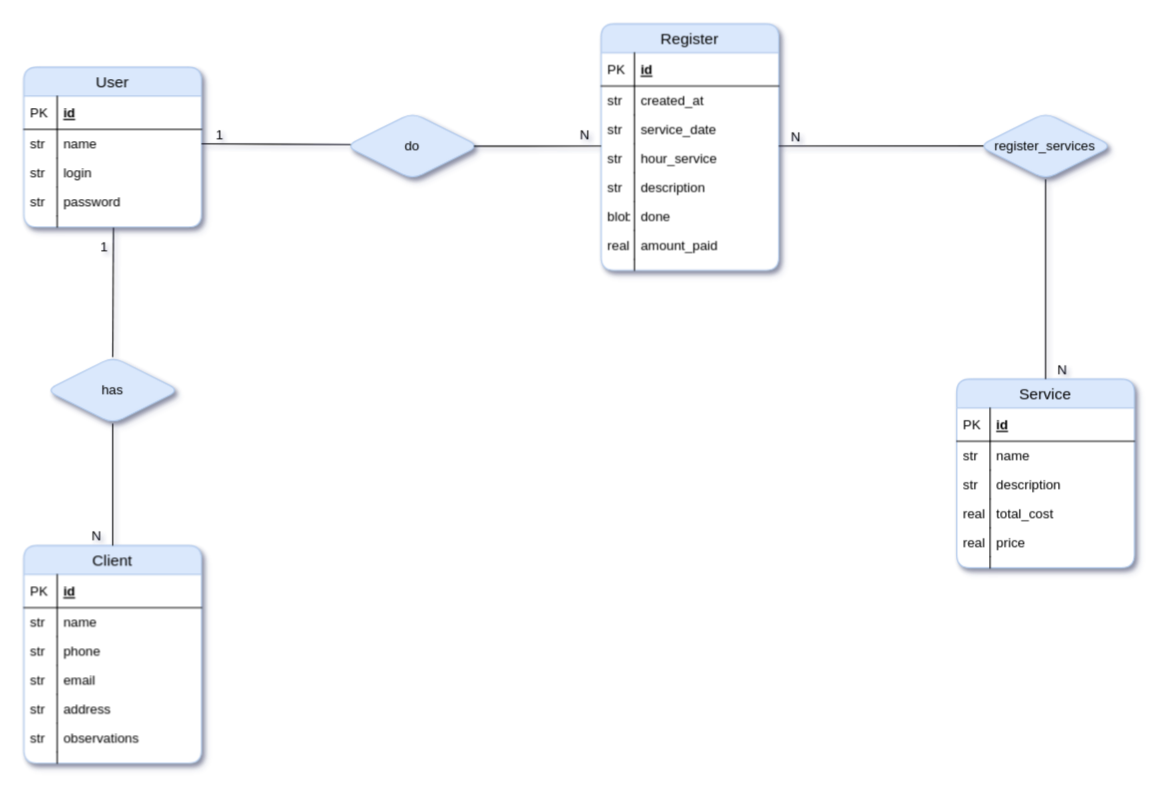
Earlier version of the draw.io diagram page "model" (1 of 2) of planning/files/goodlook-models.drawio (PedroHenriqueDevBR/Good-Looking). Source tidied: cells renumbered, new cells numbered last; positions are measured from the earlier drawing's top-left corner, leaving out a move shared by most shapes. Both pictures are drawn from the tidied source at 111%, with x=0, y=0 at pixel (23, 23).
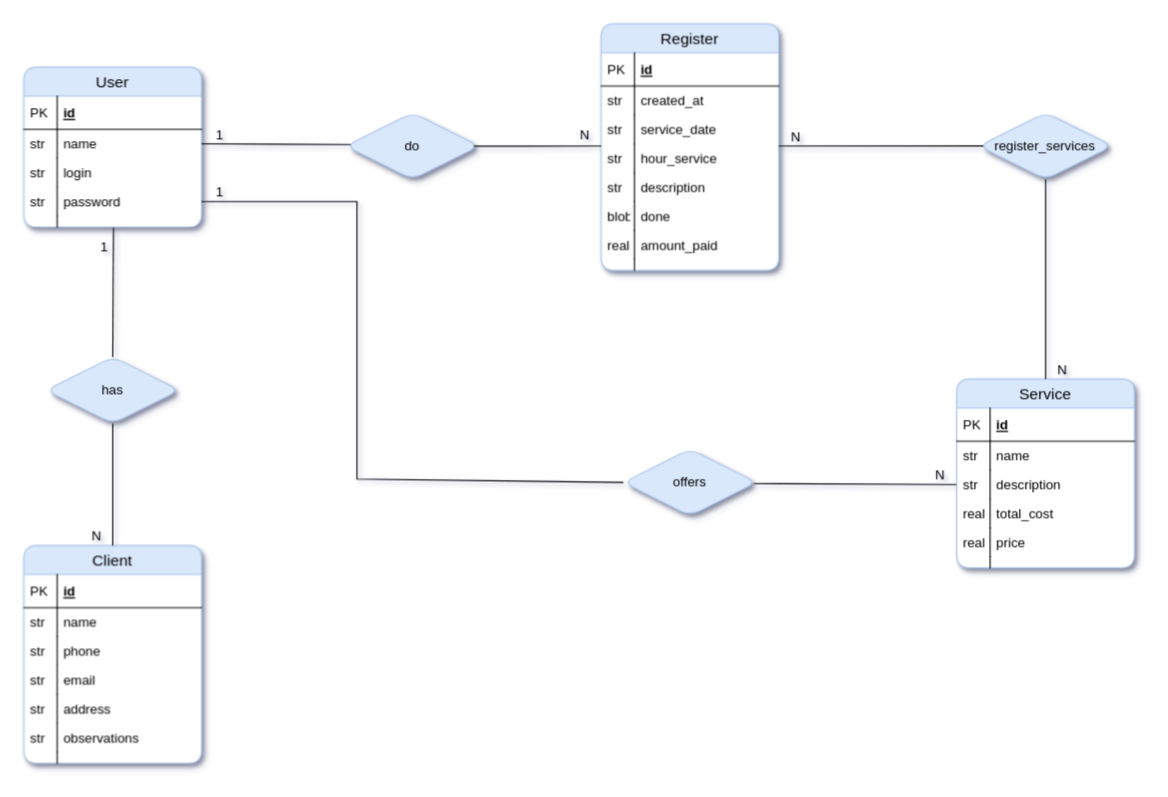
Above is the later version.

The change refers to these unchanged cells:
```xml
<mxCell id="9" value="password" style="shape=partialRectangle;top=0;left=0;right=0;bottom=0;align=left;verticalAlign=top;fillColor=none;spacingLeft=34;spacingRight=4;overflow=hidden;points=[[0,0.5],[1,0.5]];portConstraint=eastwest;fontSize=12;" parent="2" vertex="1">
  <mxGeometry y="108" width="160" height="26" as="geometry" />
</mxCell>
```

Diff of the diagram source:
```diff
@@
+    <mxCell id="73" value="offers" style="shape=rhombus;perimeter=rhombusPerimeter;whiteSpace=wrap;html=1;align=center;fillColor=#dae8fc;strokeColor=#A9C4EB;rounded=1;comic=0;shadow=1;" parent="1" vertex="1">
+      <mxGeometry x="540" y="383" width="120" height="60" as="geometry" />
+    </mxCell>
+    <mxCell id="74" style="endArrow=none;html=1;rounded=0;entryX=1;entryY=0.5;entryDx=0;entryDy=0;exitX=0;exitY=0.5;exitDx=0;exitDy=0;" parent="1" edge="1" source="73" target="9">
+      <mxGeometry relative="1" as="geometry">
+        <Array as="points">
+          <mxPoint x="300" y="410" />
+          <mxPoint x="300" y="160" />
+        </Array>
+      </mxGeometry>
+    </mxCell>
+    <mxCell id="75" value="1" style="html=1;align=right;verticalAlign=bottom;" parent="74" vertex="1">
+      <mxGeometry x="1" relative="1" as="geometry">
+        <mxPoint x="20" as="offset" />
+      </mxGeometry>
+    </mxCell>
+    <mxCell id="76" style="endArrow=none;html=1;rounded=0;exitX=0.978;exitY=0.517;exitDx=0;exitDy=0;exitPerimeter=0;" parent="1" edge="1" source="73">
+      <mxGeometry relative="1" as="geometry">
+        <mxPoint x="840" y="415" as="targetPoint" />
+      </mxGeometry>
+    </mxCell>
+    <mxCell id="77" value="N" style="html=1;align=right;verticalAlign=bottom;" parent="76" vertex="1">
+      <mxGeometry x="1" relative="1" as="geometry">
+        <mxPoint x="-10" as="offset" />
+      </mxGeometry>
+    </mxCell>
```
